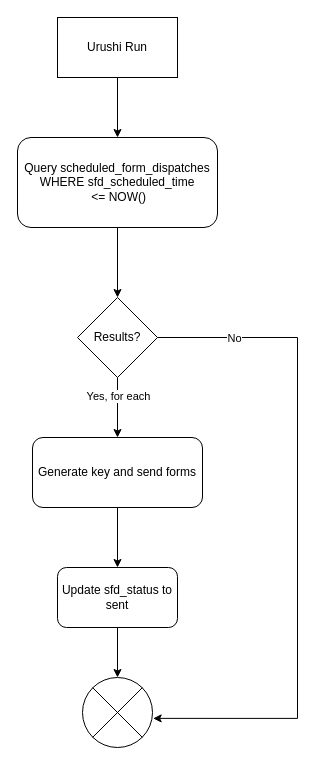
Earlier version of the draw.io diagram scheduled_forms.drawio (bkealy-halocare/drawio-diagrams). Source tidied: cells renumbered, new cells numbered last; positions are measured from the earlier drawing's top-left corner, leaving out a move shared by most shapes. Both pictures are drawn from the tidied source at 100%, with x=0, y=0 at pixel (17, 17).
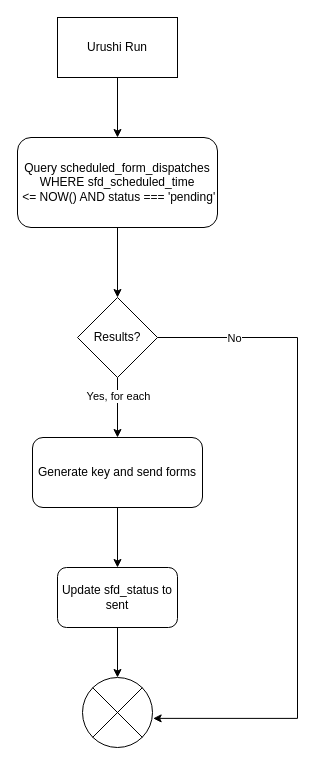
The same page after the edit.

What changed in the source:
```diff
@@
 <mxGraphModel>
   <root>
     <mxCell id="0" />
     <mxCell id="1" parent="0" />
     <mxCell id="2" style="edgeStyle=orthogonalEdgeStyle;rounded=0;jettySize=auto;html=1;entryX=0.5;entryY=0;entryDx=0;entryDy=0;" parent="1" edge="1" source="3" target="5">
       <mxGeometry relative="1" as="geometry" />
     </mxCell>
     <mxCell id="3" value="Urushi Run" style="rounded=0;whiteSpace=wrap;html=1;" parent="1" vertex="1">
       <mxGeometry x="40" width="120" height="60" as="geometry" />
     </mxCell>
     <mxCell id="4" style="edgeStyle=orthogonalEdgeStyle;rounded=0;jettySize=auto;html=1;entryX=0.5;entryY=0;entryDx=0;entryDy=0;" parent="1" edge="1" source="5" target="10">
       <mxGeometry relative="1" as="geometry" />
     </mxCell>
-    <mxCell id="5" value="Query scheduled_&lt;span style=&quot;background-color: transparent; color: light-dark(rgb(0, 0, 0), rgb(255, 255, 255));&quot;&gt;form_dispatches WHERE&amp;nbsp;&lt;/span&gt;&lt;span style=&quot;background-color: transparent; color: light-dark(rgb(0, 0, 0), rgb(255, 255, 255));&quot;&gt;sfd_scheduled_time&lt;/span&gt;&lt;br&gt;&lt;span style=&quot;background-color: transparent; color: light-dark(rgb(0, 0, 0), rgb(255, 255, 255));&quot;&gt;&amp;nbsp;&amp;lt;= NOW()&lt;br&gt;&lt;/span&gt;" style="rounded=1;whiteSpace=wrap;html=1;" parent="1" vertex="1">
+    <mxCell id="5" value="Query scheduled_&lt;span style=&quot;background-color: transparent; color: light-dark(rgb(0, 0, 0), rgb(255, 255, 255));&quot;&gt;form_dispatches WHERE&amp;nbsp;&lt;/span&gt;&lt;span style=&quot;background-color: transparent; color: light-dark(rgb(0, 0, 0), rgb(255, 255, 255));&quot;&gt;sfd_scheduled_time&lt;/span&gt;&lt;br&gt;&lt;span style=&quot;background-color: transparent; color: light-dark(rgb(0, 0, 0), rgb(255, 255, 255));&quot;&gt;&amp;nbsp;&amp;lt;= NOW() AND status === 'pending'&lt;br&gt;&lt;/span&gt;" style="rounded=1;whiteSpace=wrap;html=1;" parent="1" vertex="1">
       <mxGeometry y="120" width="200" height="90" as="geometry" />
     </mxCell>
     <mxCell id="6" style="edgeStyle=orthogonalEdgeStyle;rounded=0;jettySize=auto;html=1;entryX=0.5;entryY=0;entryDx=0;entryDy=0;" parent="1" edge="1" source="10" target="12">
       <mxGeometry relative="1" as="geometry" />
     </mxCell>
     <mxCell id="7" value="Yes, for each" style="edgeLabel;html=1;align=center;verticalAlign=middle;" parent="6" vertex="1">
       <mxGeometry x="-0.4" relative="1" as="geometry" />
     </mxCell>
     <mxCell id="8" style="edgeStyle=orthogonalEdgeStyle;rounded=0;jettySize=auto;html=1;entryX=1.009;entryY=0.584;entryDx=0;entryDy=0;entryPerimeter=0;" parent="1" edge="1" source="10" target="13">
       <mxGeometry relative="1" as="geometry">
         <Array as="points">
           <mxPoint x="280" y="320" />
           <mxPoint x="280" y="700" />
           <mxPoint x="136" y="700" />
         </Array>
       </mxGeometry>
     </mxCell>
     <mxCell id="9" value="No" style="edgeLabel;html=1;align=center;verticalAlign=middle;" parent="8" vertex="1">
       <mxGeometry x="-0.69" y="3" relative="1" as="geometry">
         <mxPoint x="-27" y="3" as="offset" />
       </mxGeometry>
     </mxCell>
     <mxCell id="10" value="Results?" style="rhombus;whiteSpace=wrap;html=1;" parent="1" vertex="1">
       <mxGeometry x="60" y="280" width="80" height="80" as="geometry" />
     </mxCell>
     <mxCell id="11" style="edgeStyle=orthogonalEdgeStyle;rounded=0;jettySize=auto;html=1;" parent="1" edge="1" source="12" target="15">
       <mxGeometry relative="1" as="geometry" />
     </mxCell>
     <mxCell id="12" value="Generate key and send forms" style="rounded=1;whiteSpace=wrap;html=1;" parent="1" vertex="1">
       <mxGeometry x="15" y="420" width="170" height="70" as="geometry" />
     </mxCell>
     <mxCell id="13" style="verticalLabelPosition=bottom;verticalAlign=top;html=1;shape=mxgraph.flowchart.or;" parent="1" vertex="1">
       <mxGeometry x="65" y="660" width="70" height="70" as="geometry" />
     </mxCell>
     <mxCell id="14" style="edgeStyle=orthogonalEdgeStyle;rounded=0;jettySize=auto;html=1;" parent="1" edge="1" source="15" target="13">
       <mxGeometry relative="1" as="geometry" />
     </mxCell>
     <mxCell id="15" value="Update sfd_status to sent" style="rounded=1;whiteSpace=wrap;html=1;" parent="1" vertex="1">
       <mxGeometry x="40" y="550" width="120" height="60" as="geometry" />
     </mxCell>
   </root>
 </mxGraphModel>
```
